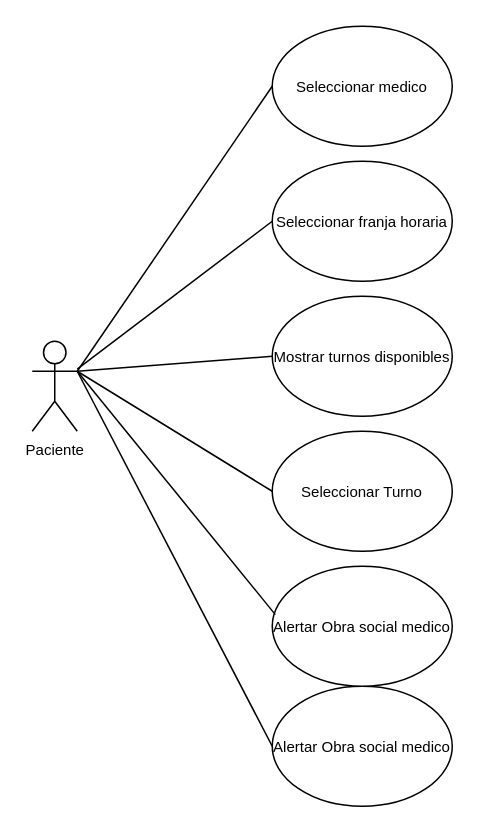
Above: diagrama/Untitled Diagram.drawio in LucasTandil01/TurnoFacil (draw.io), before the change. Source tidied: cells renumbered, new cells numbered last; positions are measured from the earlier drawing's top-left corner, leaving out a move shared by most shapes. Both pictures are drawn from the tidied source at 150%, with x=0, y=0 at pixel (32, 26).
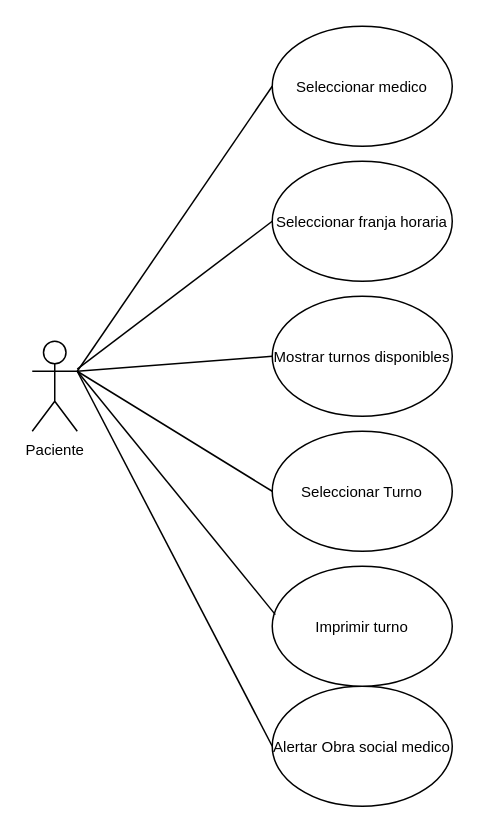
The same page after the edit.

Commit message:
Diagrama Casos de uso v0.3.drawio

Diff of the diagram source:
```diff
@@
 <mxGraphModel>
   <root>
     <mxCell id="0" />
     <mxCell id="1" parent="0" />
     <mxCell id="2" value="Paciente" style="shape=umlActor;verticalLabelPosition=bottom;verticalAlign=top;html=1;outlineConnect=0;fontFamily=Helvetica;fontSize=10;" parent="1" vertex="1">
       <mxGeometry y="210" width="30" height="60" as="geometry" />
     </mxCell>
     <mxCell id="3" value="Seleccionar medico" style="ellipse;whiteSpace=wrap;html=1;fontFamily=Helvetica;fontSize=10;" parent="1" vertex="1">
       <mxGeometry x="160" width="120" height="80" as="geometry" />
     </mxCell>
     <mxCell id="4" value="Seleccionar franja horaria" style="ellipse;whiteSpace=wrap;html=1;fontFamily=Helvetica;fontSize=10;" parent="1" vertex="1">
       <mxGeometry x="160" y="90" width="120" height="80" as="geometry" />
     </mxCell>
     <mxCell id="5" value="Mostrar turnos disponibles" style="ellipse;whiteSpace=wrap;html=1;fontFamily=Helvetica;fontSize=10;" parent="1" vertex="1">
       <mxGeometry x="160" y="180" width="120" height="80" as="geometry" />
     </mxCell>
     <mxCell id="6" value="Seleccionar Turno" style="ellipse;whiteSpace=wrap;html=1;fontFamily=Helvetica;fontSize=10;" parent="1" vertex="1">
       <mxGeometry x="160" y="270" width="120" height="80" as="geometry" />
     </mxCell>
     <mxCell id="7" value="Alertar Obra social medico" style="ellipse;whiteSpace=wrap;html=1;fontFamily=Helvetica;fontSize=10;" parent="1" vertex="1">
       <mxGeometry x="160" y="440" width="120" height="80" as="geometry" />
     </mxCell>
     <mxCell id="8" style="endArrow=none;html=1;rounded=0;entryX=0;entryY=0.5;entryDx=0;entryDy=0;" parent="1" edge="1" target="3">
       <mxGeometry relative="1" as="geometry">
         <mxPoint x="30" y="230" as="sourcePoint" />
       </mxGeometry>
     </mxCell>
     <mxCell id="9" style="endArrow=none;html=1;rounded=0;entryX=0;entryY=0.5;entryDx=0;entryDy=0;" parent="1" edge="1" source="2" target="4">
       <mxGeometry relative="1" as="geometry" />
     </mxCell>
     <mxCell id="10" style="endArrow=none;html=1;rounded=0;entryX=0;entryY=0.5;entryDx=0;entryDy=0;" parent="1" edge="1" target="5">
       <mxGeometry relative="1" as="geometry">
         <mxPoint x="30" y="230" as="sourcePoint" />
       </mxGeometry>
     </mxCell>
     <mxCell id="11" style="endArrow=none;html=1;rounded=0;entryX=0;entryY=0.5;entryDx=0;entryDy=0;exitX=1;exitY=0.3333333333333333;exitDx=0;exitDy=0;exitPerimeter=0;" parent="1" edge="1" source="2" target="6">
       <mxGeometry relative="1" as="geometry" />
     </mxCell>
     <mxCell id="12" style="endArrow=none;html=1;rounded=0;entryX=0;entryY=0.5;entryDx=0;entryDy=0;exitX=1;exitY=0.3333333333333333;exitDx=0;exitDy=0;exitPerimeter=0;" parent="1" edge="1" source="2" target="7">
       <mxGeometry relative="1" as="geometry" />
     </mxCell>
-    <mxCell id="13" value="Alertar Obra social medico" style="ellipse;whiteSpace=wrap;html=1;fontFamily=Helvetica;fontSize=10;" parent="1" vertex="1">
+    <mxCell id="13" value="Imprimir turno" style="ellipse;whiteSpace=wrap;html=1;fontFamily=Helvetica;fontSize=10;" parent="1" vertex="1">
       <mxGeometry x="160" y="360" width="120" height="80" as="geometry" />
     </mxCell>
     <mxCell id="14" style="endArrow=none;html=1;rounded=0;entryX=0.017;entryY=0.403;entryDx=0;entryDy=0;entryPerimeter=0;" parent="1" edge="1" target="13">
       <mxGeometry relative="1" as="geometry">
         <mxPoint x="30" y="230" as="sourcePoint" />
       </mxGeometry>
     </mxCell>
   </root>
 </mxGraphModel>
```
